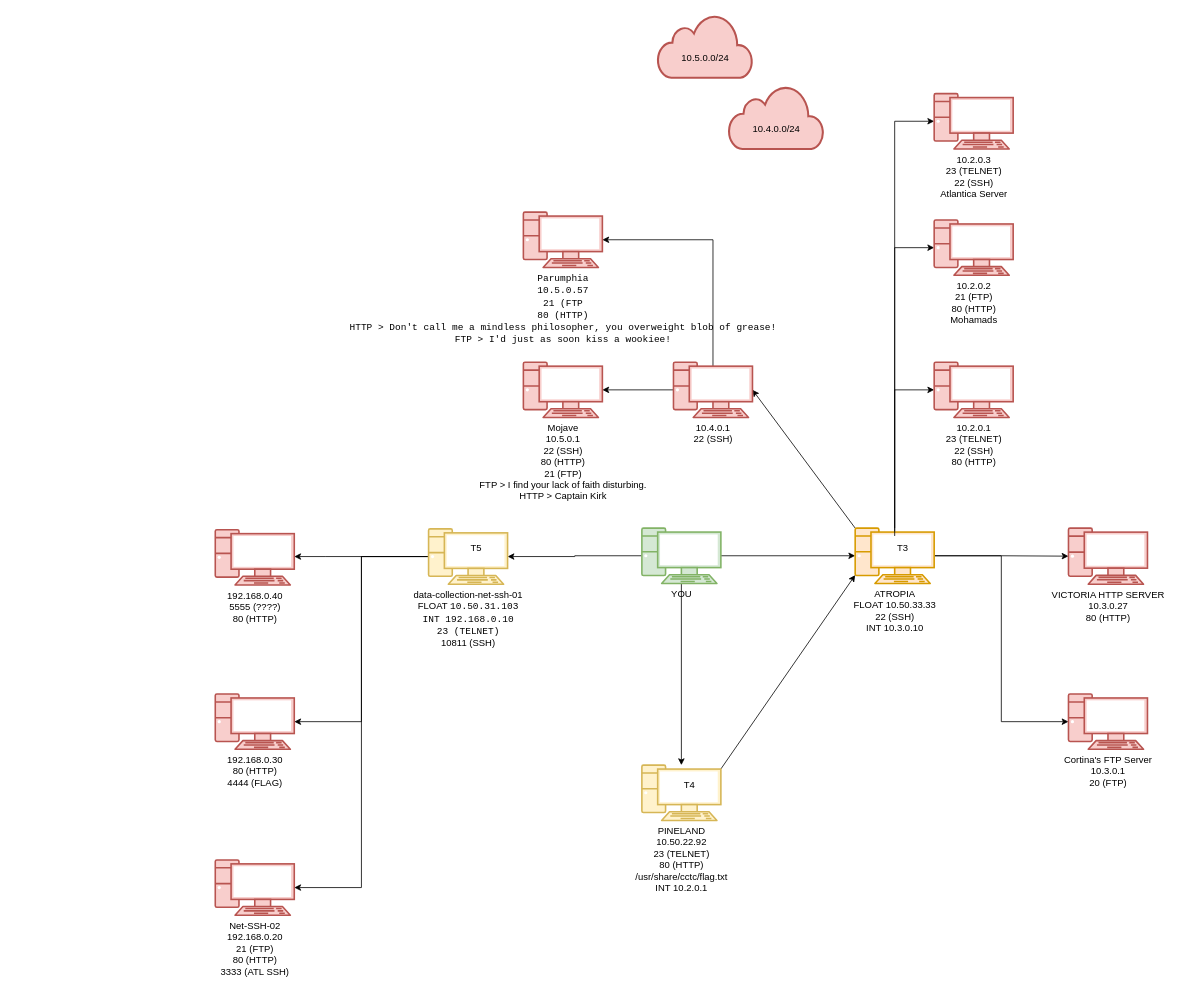
Earlier version of the draw.io diagram Untitled Diagram.drawio (Yolkygolem/Code-Wars). Source tidied: cells renumbered, new cells numbered last; positions are measured from the earlier drawing's top-left corner, leaving out a move shared by most shapes. Both pictures are drawn from the tidied source at 79%, with x=0, y=0 at pixel (215, 14).
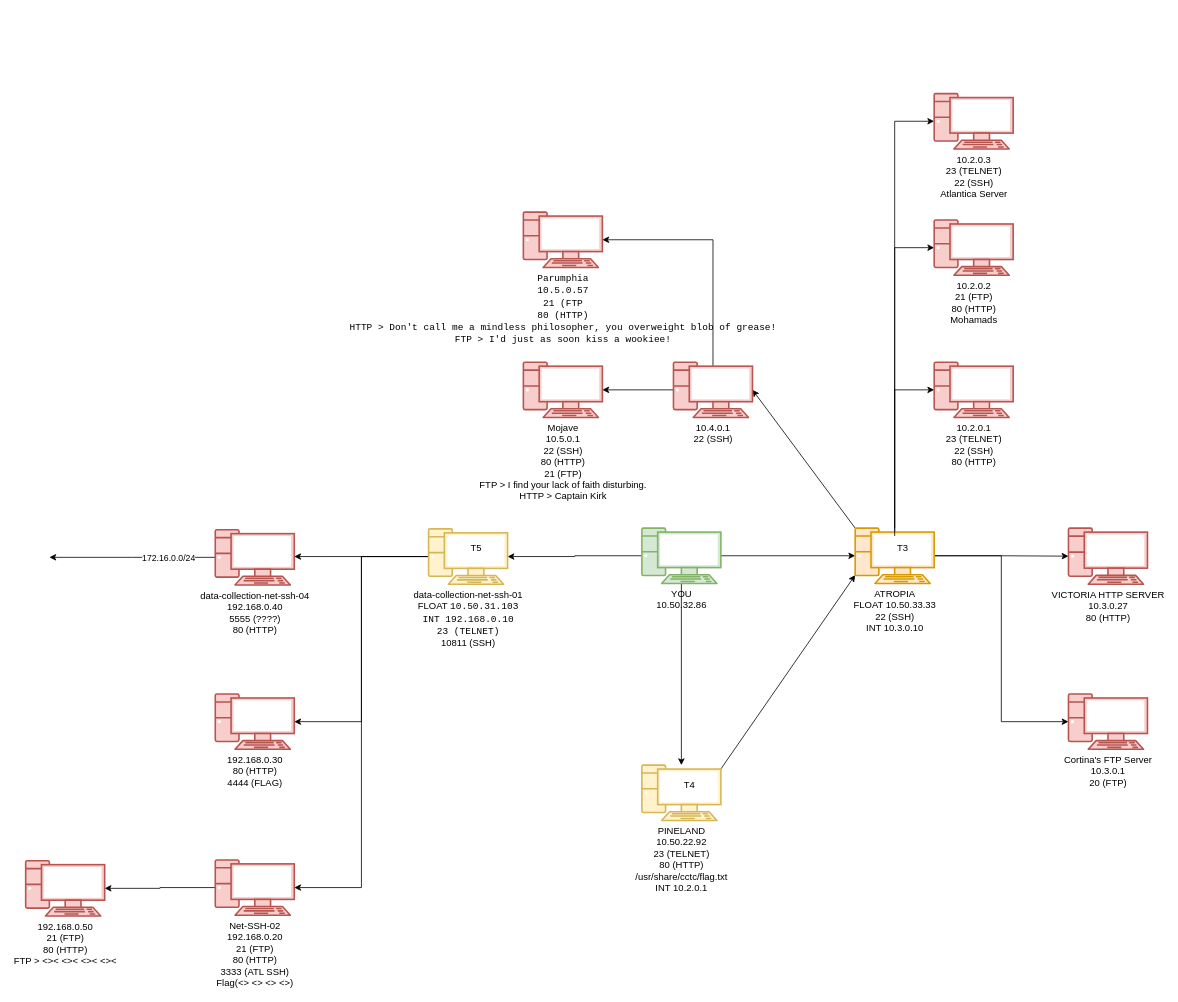
The same diagram, later.

Change to the diagram source:
```diff
@@
-    <mxCell id="5" value="&lt;div&gt;YOU&lt;/div&gt;&lt;div&gt;&lt;br&gt;&lt;/div&gt;" style="verticalAlign=top;verticalLabelPosition=bottom;labelPosition=center;align=center;html=1;outlineConnect=0;fillColor=#d5e8d4;strokeColor=#82b366;gradientDirection=north;strokeWidth=2;shape=mxgraph.networks.pc;" parent="1" vertex="1">
+    <mxCell id="5" value="&lt;div&gt;YOU&lt;/div&gt;&lt;div&gt;10.50.32.86&lt;br&gt;&lt;/div&gt;" style="verticalAlign=top;verticalLabelPosition=bottom;labelPosition=center;align=center;html=1;outlineConnect=0;fillColor=#d5e8d4;strokeColor=#82b366;gradientDirection=north;strokeWidth=2;shape=mxgraph.networks.pc;" parent="1" vertex="1">
       <mxGeometry x="540" y="650" width="100" height="70" as="geometry" />
     </mxCell>
@@
-    <mxCell id="22" value="&lt;br&gt;&lt;div&gt;&lt;br&gt;&lt;/div&gt;&lt;div&gt;10.4.0.0/24&lt;/div&gt;" style="html=1;fillColor=#f8cecc;strokeColor=#b85450;gradientDirection=north;strokeWidth=2;shape=mxgraph.networks.cloud;" parent="1" vertex="1">
-      <mxGeometry x="650" y="90" width="120" height="80" as="geometry" />
-    </mxCell>
-    <mxCell id="23" value="&lt;br&gt;&lt;div&gt;&lt;br&gt;&lt;/div&gt;&lt;div&gt;10.5.0.0/24&lt;/div&gt;" style="html=1;fillColor=#f8cecc;strokeColor=#b85450;gradientDirection=north;strokeWidth=2;shape=mxgraph.networks.cloud;" parent="1" vertex="1">
-      <mxGeometry x="560" width="120" height="80" as="geometry" />
-    </mxCell>
@@
+    <mxCell id="37" style="edgeStyle=orthogonalEdgeStyle;rounded=0;jettySize=auto;html=1;exitX=0;exitY=0.5;exitDx=0;exitDy=0;exitPerimeter=0;" parent="1" edge="1" source="34">
+      <mxGeometry relative="1" as="geometry">
+        <mxPoint x="-210" y="687" as="targetPoint" />
+      </mxGeometry>
+    </mxCell>
+    <mxCell id="38" value="172.16.0.0/24" style="edgeLabel;html=1;align=center;verticalAlign=middle;" parent="37" vertex="1">
+      <mxGeometry x="0.37" y="2" relative="1" as="geometry">
+        <mxPoint x="84" y="-2" as="offset" />
+      </mxGeometry>
+    </mxCell>
-    <mxCell id="34" value="&lt;div&gt;192.168.0.40&lt;/div&gt;&lt;div&gt;5555 (????)&lt;br&gt;&lt;/div&gt;&lt;div&gt;80 (HTTP)&lt;br&gt;&lt;/div&gt;" style="verticalAlign=top;verticalLabelPosition=bottom;labelPosition=center;align=center;html=1;outlineConnect=0;fillColor=#f8cecc;strokeColor=#b85450;gradientDirection=north;strokeWidth=2;shape=mxgraph.networks.pc;" parent="1" vertex="1">
+    <mxCell id="34" value="&lt;div&gt;data-collection-net-ssh-04&lt;br&gt;&lt;/div&gt;&lt;div&gt;192.168.0.40&lt;/div&gt;&lt;div&gt;5555 (????)&lt;br&gt;&lt;/div&gt;&lt;div&gt;80 (HTTP)&lt;br&gt;&lt;/div&gt;" style="verticalAlign=top;verticalLabelPosition=bottom;labelPosition=center;align=center;html=1;outlineConnect=0;fillColor=#f8cecc;strokeColor=#b85450;gradientDirection=north;strokeWidth=2;shape=mxgraph.networks.pc;" parent="1" vertex="1">
       <mxGeometry y="652" width="100" height="70" as="geometry" />
     </mxCell>
@@
+    <mxCell id="39" style="edgeStyle=orthogonalEdgeStyle;rounded=0;jettySize=auto;html=1;exitX=0;exitY=0.5;exitDx=0;exitDy=0;exitPerimeter=0;" parent="1" edge="1" source="36" target="40">
+      <mxGeometry relative="1" as="geometry" />
+    </mxCell>
-    <mxCell id="36" value="&lt;div&gt;Net-SSH-02&lt;br&gt;&lt;/div&gt;&lt;div&gt;192.168.0.20&lt;/div&gt;&lt;div&gt;21 (FTP)&lt;/div&gt;&lt;div&gt;80 (HTTP)&lt;br&gt;&lt;/div&gt;&lt;div&gt;3333 (ATL SSH)&lt;br&gt;&lt;/div&gt;" style="verticalAlign=top;verticalLabelPosition=bottom;labelPosition=center;align=center;html=1;outlineConnect=0;fillColor=#f8cecc;strokeColor=#b85450;gradientDirection=north;strokeWidth=2;shape=mxgraph.networks.pc;" parent="1" vertex="1">
+    <mxCell id="36" value="&lt;div&gt;Net-SSH-02&lt;br&gt;&lt;/div&gt;&lt;div&gt;192.168.0.20&lt;/div&gt;&lt;div&gt;21 (FTP)&lt;/div&gt;&lt;div&gt;80 (HTTP)&lt;br&gt;&lt;/div&gt;&lt;div&gt;3333 (ATL SSH)&lt;br&gt;&lt;/div&gt;&lt;div&gt;Flag(&amp;lt;&amp;gt; &amp;lt;&amp;gt; &amp;lt;&amp;gt; &amp;lt;&amp;gt;)&lt;br&gt;&lt;/div&gt;" style="verticalAlign=top;verticalLabelPosition=bottom;labelPosition=center;align=center;html=1;outlineConnect=0;fillColor=#f8cecc;strokeColor=#b85450;gradientDirection=north;strokeWidth=2;shape=mxgraph.networks.pc;" parent="1" vertex="1">
       <mxGeometry y="1070" width="100" height="70" as="geometry" />
     </mxCell>
+    <mxCell id="40" value="&lt;div&gt;192.168.0.50&lt;/div&gt;&lt;div&gt;21 (FTP)&lt;br&gt;&lt;/div&gt;&lt;div&gt;80 (HTTP)&lt;/div&gt;&lt;div&gt;FTP &amp;gt; &amp;lt;&amp;gt;&amp;lt; &amp;lt;&amp;gt;&amp;lt; &amp;lt;&amp;gt;&amp;lt; &amp;lt;&amp;gt;&amp;lt;&lt;br&gt;&lt;/div&gt;" style="verticalAlign=top;verticalLabelPosition=bottom;labelPosition=center;align=center;html=1;outlineConnect=0;fillColor=#f8cecc;strokeColor=#b85450;gradientDirection=north;strokeWidth=2;shape=mxgraph.networks.pc;" parent="1" vertex="1">
+      <mxGeometry x="-240" y="1071" width="100" height="70" as="geometry" />
+    </mxCell>
```
